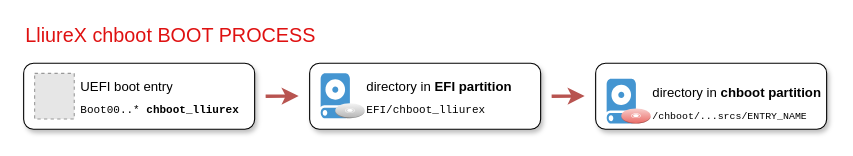
lliurex/lliurex-chboot keeps this draw.io diagram as images/chboot-boot.drawio. Above is the earlier version. Source tidied: cells renumbered, new cells numbered last; positions are measured from the earlier drawing's top-left corner, leaving out a move shared by most shapes. Both pictures are drawn from the tidied source at 110%, with x=0, y=0 at pixel (23, 19). Pictures stored in the file or linked from it are replaced by grey dashed boxes.
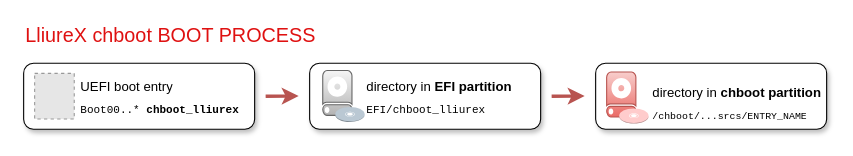
The same page after the edit.

The change refers to these unchanged cells:
```xml
<mxCell id="8" style="group;" parent="1" vertex="1">
  <mxGeometry x="260" y="40" width="210" height="60" as="geometry" />
</mxCell>
```

What changed in the source:
```diff
@@
-    <mxCell id="12" style="group;" parent="8" vertex="1">
-      <mxGeometry x="10" y="9.2" width="40" height="40.8" as="geometry" />
-    </mxCell>
-    <mxCell id="13" style="shadow=0;dashed=0;html=1;strokeColor=none;fillColor=#4495D1;labelPosition=center;verticalLabelPosition=bottom;verticalAlign=top;align=center;shape=mxgraph.veeam.2d.hard_drive;" parent="12" vertex="1">
-      <mxGeometry width="26.7" height="40.8" as="geometry" />
-    </mxCell>
-    <mxCell id="14" style="dashed=0;verticalLabelPosition=bottom;verticalAlign=top;align=center;html=1;shape=mxgraph.aws3.disk;fillColor=#f5f5f5;strokeColor=#666666;gradientColor=#b3b3b3;" parent="12" vertex="1">
-      <mxGeometry x="13.3" y="27.2" width="26.7" height="13.6" as="geometry" />
-    </mxCell>
-    <mxCell id="15" style="group;" parent="1" vertex="1">
-      <mxGeometry x="520" y="40" width="210" height="60" as="geometry" />
-    </mxCell>
+    <mxCell id="23" style="group;" parent="8" vertex="1">
+      <mxGeometry x="11.9" y="6.6" width="38.1" height="46.8" as="geometry" />
+    </mxCell>
+    <mxCell id="24" style="shadow=0;dashed=0;html=1;strokeColor=#666666;fillColor=#f5f5f5;labelPosition=center;verticalLabelPosition=bottom;verticalAlign=top;align=center;shape=mxgraph.veeam.2d.hard_drive;gradientColor=#b3b3b3;" parent="23" vertex="1">
+      <mxGeometry width="26.7" height="40.8" as="geometry" />
+    </mxCell>
+    <mxCell id="25" style="dashed=0;verticalLabelPosition=bottom;verticalAlign=top;align=center;html=1;shape=mxgraph.aws3.disk;fillColor=#bac8d3;strokeColor=#23445d;" parent="23" vertex="1">
+      <mxGeometry x="11.4" y="33.2" width="26.7" height="13.6" as="geometry" />
+    </mxCell>
+    <mxCell id="21" style="endArrow=classic;html=1;rounded=0;fillColor=#f8cecc;gradientColor=#ea6b66;strokeColor=#b85450;strokeWidth=3;" parent="1" edge="1">
+      <mxGeometry relative="1" as="geometry">
+        <mxPoint x="220" y="70" as="sourcePoint" />
+        <mxPoint x="250" y="69.7" as="targetPoint" />
+      </mxGeometry>
+    </mxCell>
+    <mxCell id="22" style="endArrow=classic;html=1;rounded=0;fillColor=#f8cecc;gradientColor=#ea6b66;strokeColor=#b85450;strokeWidth=3;" parent="1" edge="1">
+      <mxGeometry relative="1" as="geometry">
+        <mxPoint x="480" y="70" as="sourcePoint" />
+        <mxPoint x="510" y="69.7" as="targetPoint" />
+      </mxGeometry>
+    </mxCell>
-    <mxCell id="16" style="rounded=1;whiteSpace=wrap;html=1;textShadow=0;labelBorderColor=default;spacingRight=0;labelBackgroundColor=none;spacingBottom=0;shadow=1;" parent="15" vertex="1">
-      <mxGeometry width="210" height="60" as="geometry" />
+    <mxCell id="16" style="rounded=1;whiteSpace=wrap;html=1;textShadow=0;labelBorderColor=default;spacingRight=0;labelBackgroundColor=none;spacingBottom=0;shadow=1;" parent="1" vertex="1">
+      <mxGeometry x="520" y="40" width="210" height="60" as="geometry" />
     </mxCell>
+    <mxCell id="26" style="group;" parent="1" vertex="1">
+      <mxGeometry x="530" y="48" width="38.1" height="46.8" as="geometry" />
+    </mxCell>
+    <mxCell id="27" style="shadow=0;dashed=0;html=1;strokeColor=#b85450;fillColor=#f8cecc;labelPosition=center;verticalLabelPosition=bottom;verticalAlign=top;align=center;shape=mxgraph.veeam.2d.hard_drive;gradientColor=#ea6b66;" parent="26" vertex="1">
+      <mxGeometry width="26.7" height="40.8" as="geometry" />
+    </mxCell>
+    <mxCell id="28" style="dashed=0;verticalLabelPosition=bottom;verticalAlign=top;align=center;html=1;shape=mxgraph.aws3.disk;fillColor=#ffcccc;strokeColor=#36393d;" parent="26" vertex="1">
+      <mxGeometry x="11.4" y="33.2" width="26.7" height="13.6" as="geometry" />
+    </mxCell>
-    <mxCell id="17" value="&lt;span style=&quot;text-wrap-mode: nowrap;&quot;&gt;&lt;font&gt;directory in &lt;b&gt;chboot partition&lt;/b&gt;&amp;nbsp;&lt;/font&gt;&lt;/span&gt;" style="text;html=1;strokeColor=none;fillColor=none;align=left;verticalAlign=middle;whiteSpace=wrap;overflow=hidden;" parent="15" vertex="1">
-      <mxGeometry x="50" y="14" width="160" height="25" as="geometry" />
+    <mxCell id="17" value="&lt;span style=&quot;text-wrap-mode: nowrap;&quot;&gt;&lt;font&gt;directory in &lt;b&gt;chboot partition&lt;/b&gt;&amp;nbsp;&lt;/font&gt;&lt;/span&gt;" style="text;html=1;strokeColor=none;fillColor=none;align=left;verticalAlign=middle;whiteSpace=wrap;overflow=hidden;" parent="1" vertex="1">
+      <mxGeometry x="570" y="54" width="160" height="25" as="geometry" />
     </mxCell>
-    <mxCell id="18" value="&lt;span style=&quot;text-wrap-mode: nowrap;&quot;&gt;&lt;font style=&quot;font-size: 9px;&quot;&gt;/chboot/...srcs/ENTRY_NAME&lt;/font&gt;&lt;/span&gt;" style="text;html=1;strokeColor=none;fillColor=none;align=left;verticalAlign=middle;whiteSpace=wrap;overflow=hidden;fontFamily=Courier New;fontSize=10;" parent="15" vertex="1">
-      <mxGeometry x="50" y="35" width="151.4" height="25" as="geometry" />
+    <mxCell id="18" value="&lt;span style=&quot;text-wrap-mode: nowrap;&quot;&gt;&lt;font style=&quot;font-size: 9px;&quot;&gt;/chboot/...srcs/ENTRY_NAME&lt;/font&gt;&lt;/span&gt;" style="text;html=1;strokeColor=none;fillColor=none;align=left;verticalAlign=middle;whiteSpace=wrap;overflow=hidden;fontFamily=Courier New;fontSize=10;" parent="1" vertex="1">
+      <mxGeometry x="570" y="75" width="151.4" height="25" as="geometry" />
     </mxCell>
-    <mxCell id="19" style="shadow=0;dashed=0;html=1;strokeColor=none;fillColor=#4495D1;labelPosition=center;verticalLabelPosition=bottom;verticalAlign=top;align=center;shape=mxgraph.veeam.2d.hard_drive;" parent="15" vertex="1">
-      <mxGeometry x="10" y="14" width="26.7" height="40.8" as="geometry" />
-    </mxCell>
-    <mxCell id="20" style="dashed=0;verticalLabelPosition=bottom;verticalAlign=top;align=center;html=1;shape=mxgraph.aws3.disk;fillColor=#f8cecc;strokeColor=#b85450;gradientColor=#ea6b66;" parent="15" vertex="1">
-      <mxGeometry x="23.3" y="41.2" width="26.7" height="13.6" as="geometry" />
-    </mxCell>
-    <mxCell id="21" style="endArrow=classic;html=1;rounded=0;fillColor=#f8cecc;gradientColor=#ea6b66;strokeColor=#b85450;strokeWidth=3;" parent="1" edge="1">
-      <mxGeometry relative="1" as="geometry">
-        <mxPoint x="220" y="70" as="sourcePoint" />
-        <mxPoint x="250" y="69.7" as="targetPoint" />
-      </mxGeometry>
-    </mxCell>
-    <mxCell id="22" style="endArrow=classic;html=1;rounded=0;fillColor=#f8cecc;gradientColor=#ea6b66;strokeColor=#b85450;strokeWidth=3;" parent="1" edge="1">
-      <mxGeometry relative="1" as="geometry">
-        <mxPoint x="480" y="70" as="sourcePoint" />
-        <mxPoint x="510" y="69.7" as="targetPoint" />
-      </mxGeometry>
-    </mxCell>
```
